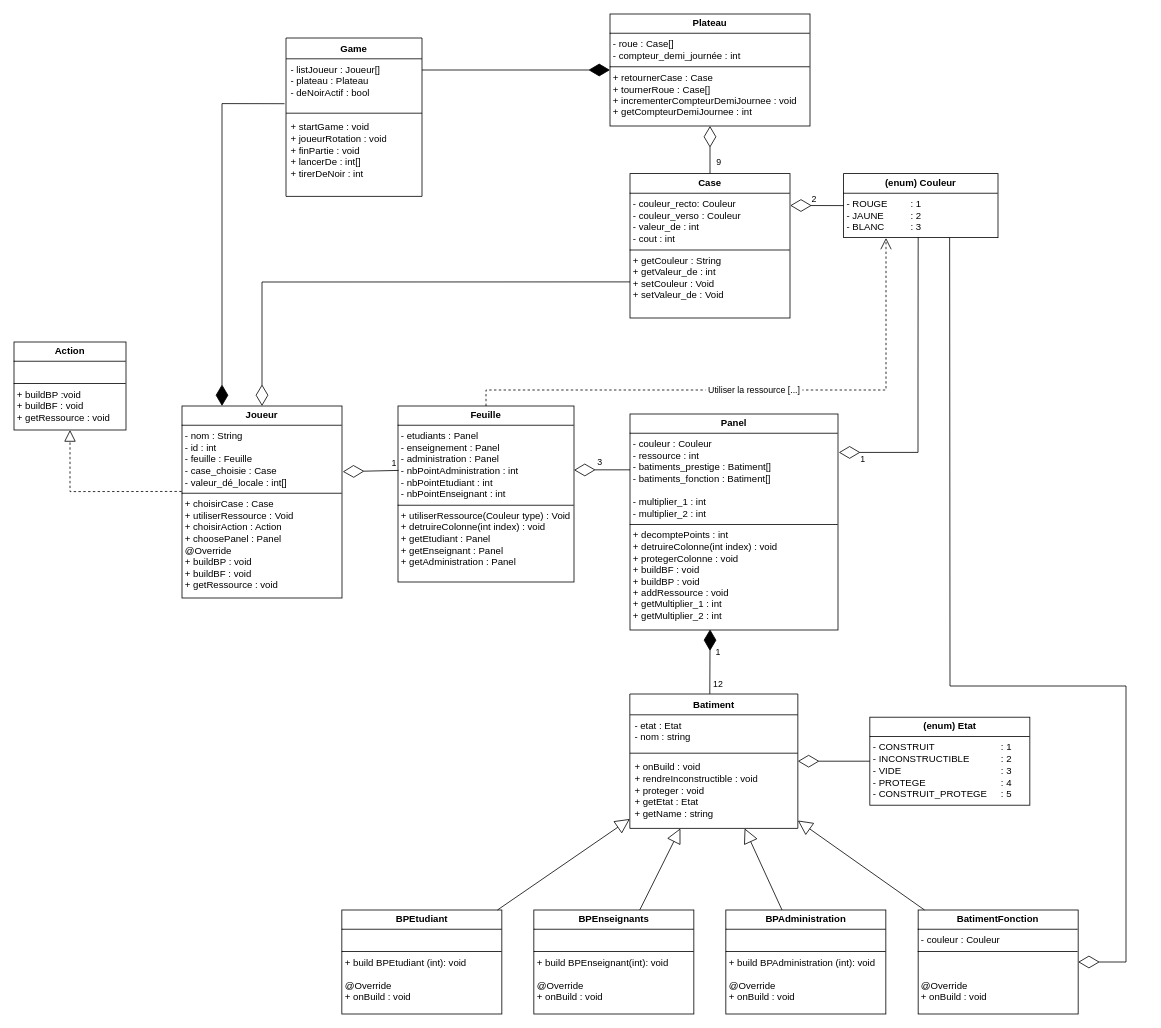
AntoineMilochevitch/Troyes-Dice keeps this draw.io diagram as diagrammeClassTroyes-Dice.drawio. Above is the earlier version. Source tidied: cells renumbered, new cells numbered last; positions are measured from the earlier drawing's top-left corner, leaving out a move shared by most shapes. Both pictures are drawn from the tidied source at 80%, with x=0, y=0 at pixel (14, 14).
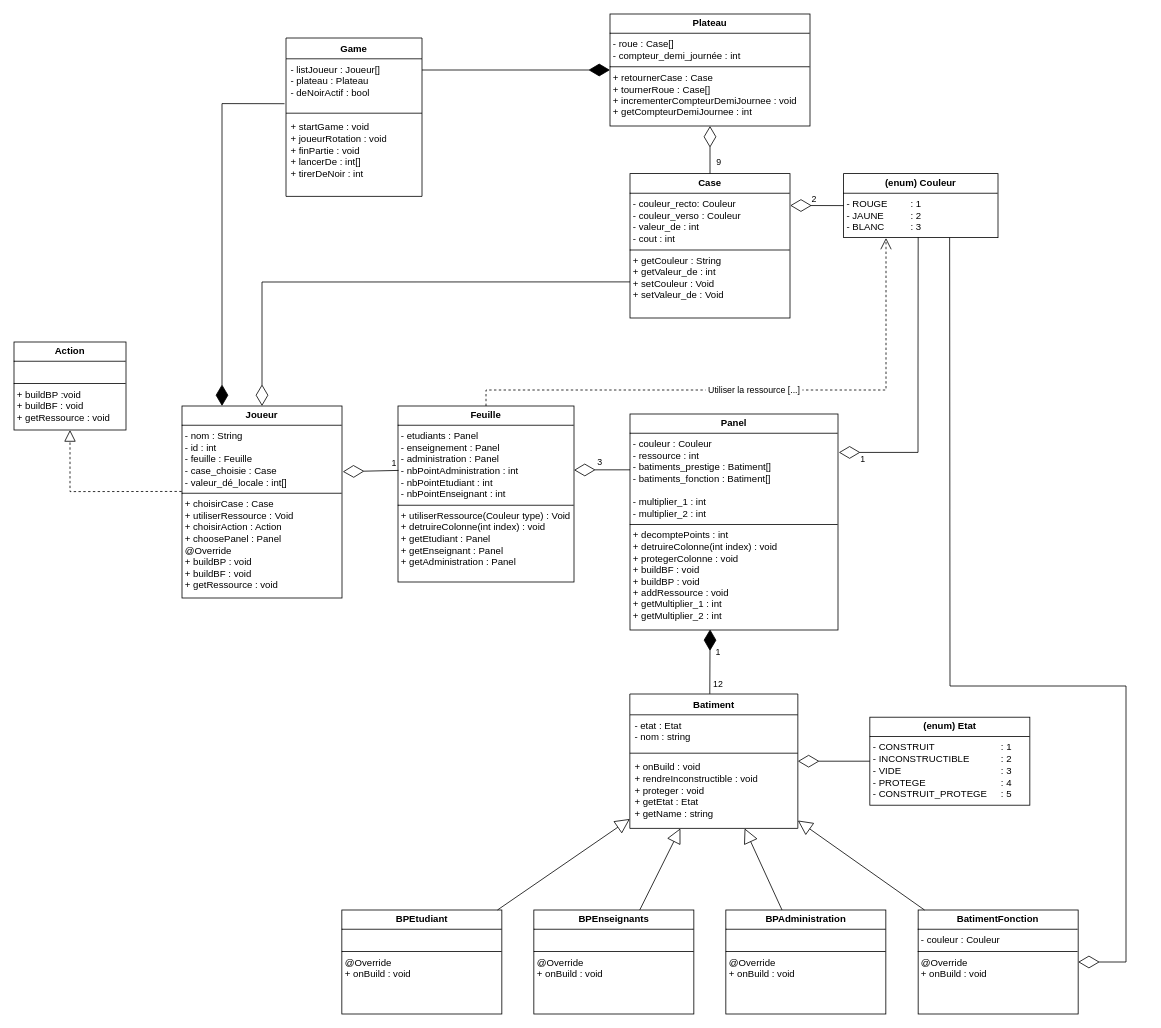
After the change.

Commit message:
Mettre à jour diagrammeClassTroyes-Dice.drawio

What changed in the source:
```diff
@@
-    <mxCell id="20" value="&lt;p style=&quot;margin:0px;margin-top:4px;text-align:center;&quot;&gt;&lt;b&gt;BPAdministration&lt;/b&gt;&lt;/p&gt;&lt;hr size=&quot;1&quot; style=&quot;border-style:solid;&quot;&gt;&lt;p style=&quot;margin: 0px 0px 0px 4px;&quot;&gt;&lt;br&gt;&lt;/p&gt;&lt;hr size=&quot;1&quot; style=&quot;border-style:solid;&quot;&gt;&lt;p style=&quot;margin: 0px 0px 0px 4px;&quot;&gt;+ build BPAdministration (int): void&lt;/p&gt;&lt;p style=&quot;margin: 0px 0px 0px 4px;&quot;&gt;&lt;br&gt;&lt;/p&gt;&lt;p style=&quot;margin: 0px 0px 0px 4px;&quot;&gt;@Override&lt;/p&gt;&lt;p style=&quot;margin: 0px 0px 0px 4px;&quot;&gt;+ onBuild : void&lt;/p&gt;" style="verticalAlign=top;align=left;overflow=fill;html=1;whiteSpace=wrap;" parent="1" vertex="1">
+    <mxCell id="20" value="&lt;p style=&quot;margin:0px;margin-top:4px;text-align:center;&quot;&gt;&lt;b&gt;BPAdministration&lt;/b&gt;&lt;/p&gt;&lt;hr size=&quot;1&quot; style=&quot;border-style:solid;&quot;&gt;&lt;p style=&quot;margin: 0px 0px 0px 4px;&quot;&gt;&lt;br&gt;&lt;/p&gt;&lt;hr size=&quot;1&quot; style=&quot;border-style:solid;&quot;&gt;&lt;p style=&quot;margin: 0px 0px 0px 4px;&quot;&gt;&lt;span style=&quot;background-color: initial;&quot;&gt;@Override&lt;/span&gt;&lt;/p&gt;&lt;p style=&quot;margin: 0px 0px 0px 4px;&quot;&gt;+ onBuild : void&lt;/p&gt;" style="verticalAlign=top;align=left;overflow=fill;html=1;whiteSpace=wrap;" parent="1" vertex="1">
       <mxGeometry x="889.8" y="1120" width="200" height="130" as="geometry" />
     </mxCell>
-    <mxCell id="21" value="&lt;p style=&quot;margin:0px;margin-top:4px;text-align:center;&quot;&gt;&lt;b&gt;BPEnseignants&lt;/b&gt;&lt;/p&gt;&lt;hr size=&quot;1&quot; style=&quot;border-style:solid;&quot;&gt;&lt;p style=&quot;margin: 0px 0px 0px 4px;&quot;&gt;&lt;br&gt;&lt;/p&gt;&lt;hr size=&quot;1&quot; style=&quot;border-style:solid;&quot;&gt;&lt;p style=&quot;margin: 0px 0px 0px 4px;&quot;&gt;+ build BPEnseignant(int): void&lt;/p&gt;&lt;p style=&quot;margin: 0px 0px 0px 4px;&quot;&gt;&lt;br&gt;&lt;/p&gt;&lt;p style=&quot;margin: 0px 0px 0px 4px;&quot;&gt;@Override&lt;/p&gt;&lt;p style=&quot;margin: 0px 0px 0px 4px;&quot;&gt;+ onBuild : void&lt;/p&gt;" style="verticalAlign=top;align=left;overflow=fill;html=1;whiteSpace=wrap;" parent="1" vertex="1">
+    <mxCell id="21" value="&lt;p style=&quot;margin:0px;margin-top:4px;text-align:center;&quot;&gt;&lt;b&gt;BPEnseignants&lt;/b&gt;&lt;/p&gt;&lt;hr size=&quot;1&quot; style=&quot;border-style:solid;&quot;&gt;&lt;p style=&quot;margin: 0px 0px 0px 4px;&quot;&gt;&lt;br&gt;&lt;/p&gt;&lt;hr size=&quot;1&quot; style=&quot;border-style:solid;&quot;&gt;&lt;p style=&quot;margin: 0px 0px 0px 4px;&quot;&gt;&lt;span style=&quot;background-color: initial;&quot;&gt;@Override&lt;/span&gt;&lt;/p&gt;&lt;p style=&quot;margin: 0px 0px 0px 4px;&quot;&gt;+ onBuild : void&lt;/p&gt;" style="verticalAlign=top;align=left;overflow=fill;html=1;whiteSpace=wrap;" parent="1" vertex="1">
       <mxGeometry x="649.8" y="1120" width="200" height="130" as="geometry" />
     </mxCell>
-    <mxCell id="22" value="&lt;p style=&quot;margin:0px;margin-top:4px;text-align:center;&quot;&gt;&lt;b&gt;BPEtudiant&lt;/b&gt;&lt;/p&gt;&lt;hr size=&quot;1&quot; style=&quot;border-style:solid;&quot;&gt;&lt;p style=&quot;margin: 0px 0px 0px 4px;&quot;&gt;&lt;br&gt;&lt;/p&gt;&lt;hr size=&quot;1&quot; style=&quot;border-style:solid;&quot;&gt;&lt;p style=&quot;margin:0px;margin-left:4px;&quot;&gt;+ build BPEtudiant (int): void&lt;/p&gt;&lt;p style=&quot;margin:0px;margin-left:4px;&quot;&gt;&lt;br&gt;&lt;/p&gt;&lt;p style=&quot;margin:0px;margin-left:4px;&quot;&gt;@Override&lt;/p&gt;&lt;p style=&quot;margin:0px;margin-left:4px;&quot;&gt;+ onBuild : void&lt;/p&gt;" style="verticalAlign=top;align=left;overflow=fill;html=1;whiteSpace=wrap;" parent="1" vertex="1">
+    <mxCell id="22" value="&lt;p style=&quot;margin:0px;margin-top:4px;text-align:center;&quot;&gt;&lt;b&gt;BPEtudiant&lt;/b&gt;&lt;/p&gt;&lt;hr size=&quot;1&quot; style=&quot;border-style:solid;&quot;&gt;&lt;p style=&quot;margin: 0px 0px 0px 4px;&quot;&gt;&lt;br&gt;&lt;/p&gt;&lt;hr size=&quot;1&quot; style=&quot;border-style:solid;&quot;&gt;&lt;p style=&quot;margin:0px;margin-left:4px;&quot;&gt;&lt;span style=&quot;background-color: initial;&quot;&gt;@Override&lt;/span&gt;&lt;/p&gt;&lt;p style=&quot;margin:0px;margin-left:4px;&quot;&gt;+ onBuild : void&lt;/p&gt;" style="verticalAlign=top;align=left;overflow=fill;html=1;whiteSpace=wrap;" parent="1" vertex="1">
       <mxGeometry x="409.8" y="1120" width="200" height="130" as="geometry" />
     </mxCell>
@@
-    <mxCell id="33" value="&lt;p style=&quot;margin:0px;margin-top:4px;text-align:center;&quot;&gt;&lt;b&gt;BatimentFonction&lt;/b&gt;&lt;/p&gt;&lt;hr size=&quot;1&quot; style=&quot;border-style:solid;&quot;&gt;&lt;p style=&quot;margin: 0px 0px 0px 4px;&quot;&gt;&lt;span style=&quot;background-color: initial;&quot;&gt;- couleur : Couleur&lt;/span&gt;&lt;/p&gt;&lt;hr size=&quot;1&quot; style=&quot;border-style:solid;&quot;&gt;&lt;p style=&quot;margin:0px;margin-left:4px;&quot;&gt;&lt;span style=&quot;background-color: initial;&quot;&gt;&lt;br&gt;&lt;/span&gt;&lt;/p&gt;&lt;p style=&quot;margin:0px;margin-left:4px;&quot;&gt;&lt;span style=&quot;background-color: initial;&quot;&gt;&lt;br&gt;&lt;/span&gt;&lt;/p&gt;&lt;p style=&quot;margin:0px;margin-left:4px;&quot;&gt;&lt;span style=&quot;background-color: initial;&quot;&gt;@Override&lt;/span&gt;&lt;/p&gt;&lt;p style=&quot;margin: 0px 0px 0px 4px;&quot;&gt;+ onBuild : void&lt;/p&gt;&lt;p style=&quot;margin: 0px 0px 0px 4px;&quot;&gt;&lt;br&gt;&lt;/p&gt;&lt;p style=&quot;margin: 0px 0px 0px 4px;&quot;&gt;&lt;br&gt;&lt;/p&gt;&lt;p style=&quot;margin:0px;margin-left:4px;&quot;&gt;&lt;br&gt;&lt;/p&gt;" style="verticalAlign=top;align=left;overflow=fill;html=1;whiteSpace=wrap;" parent="1" vertex="1">
+    <mxCell id="33" value="&lt;p style=&quot;margin:0px;margin-top:4px;text-align:center;&quot;&gt;&lt;b&gt;BatimentFonction&lt;/b&gt;&lt;/p&gt;&lt;hr size=&quot;1&quot; style=&quot;border-style:solid;&quot;&gt;&lt;p style=&quot;margin: 0px 0px 0px 4px;&quot;&gt;&lt;span style=&quot;background-color: initial;&quot;&gt;- couleur : Couleur&lt;/span&gt;&lt;/p&gt;&lt;hr size=&quot;1&quot; style=&quot;border-style:solid;&quot;&gt;&lt;p style=&quot;margin:0px;margin-left:4px;&quot;&gt;&lt;span style=&quot;background-color: initial;&quot;&gt;@Override&lt;/span&gt;&lt;/p&gt;&lt;p style=&quot;margin: 0px 0px 0px 4px;&quot;&gt;+ onBuild : void&lt;/p&gt;&lt;p style=&quot;margin: 0px 0px 0px 4px;&quot;&gt;&lt;br&gt;&lt;/p&gt;&lt;p style=&quot;margin: 0px 0px 0px 4px;&quot;&gt;&lt;br&gt;&lt;/p&gt;&lt;p style=&quot;margin:0px;margin-left:4px;&quot;&gt;&lt;br&gt;&lt;/p&gt;" style="verticalAlign=top;align=left;overflow=fill;html=1;whiteSpace=wrap;" parent="1" vertex="1">
       <mxGeometry x="1130.2" y="1120" width="200" height="130" as="geometry" />
     </mxCell>
```
